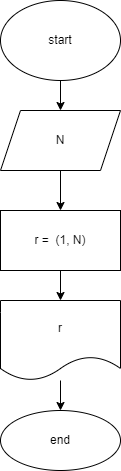
Above: ex000.drawio.png in KiraStarikova/Practice_nwe (draw.io), before the change. Source tidied: cells renumbered, new cells last; positions are measured from the earlier drawing's top-left corner, leaving out a move shared by most shapes.
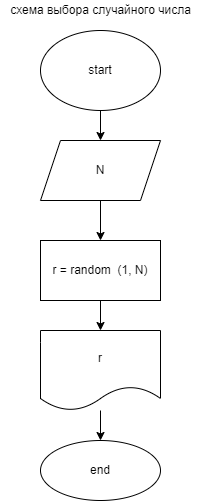
Above is the later version.

Commit message:
изменили надпись на random

The edit, as a diff of the source:
```diff
@@ -17,7 +17,7 @@
     <mxCell id="6" style="edgeStyle=none;html=1;" parent="1" edge="1" source="7" target="9">
       <mxGeometry relative="1" as="geometry" />
     </mxCell>
-    <mxCell id="7" value="r =&amp;nbsp; (1, N)" style="whiteSpace=wrap;html=1;" parent="1" vertex="1">
+    <mxCell id="7" value="r = random&amp;nbsp; (1, N)" style="whiteSpace=wrap;html=1;" parent="1" vertex="1">
       <mxGeometry y="210" width="120" height="60" as="geometry" />
     </mxCell>
     <mxCell id="8" style="edgeStyle=none;html=1;" parent="1" edge="1" source="9" target="10">
@@ -29,5 +29,8 @@
     <mxCell id="10" value="end" style="ellipse;whiteSpace=wrap;html=1;" parent="1" vertex="1">
       <mxGeometry y="410" width="120" height="60" as="geometry" />
     </mxCell>
+    <mxCell id="11" value="схема выбора случайного числа" style="text;html=1;align=center;verticalAlign=middle;strokeColor=none;fillColor=none;" parent="1" vertex="1">
+      <mxGeometry x="-40" y="-30" width="200" height="20" as="geometry" />
+    </mxCell>
   </root>
 </mxGraphModel>
```
